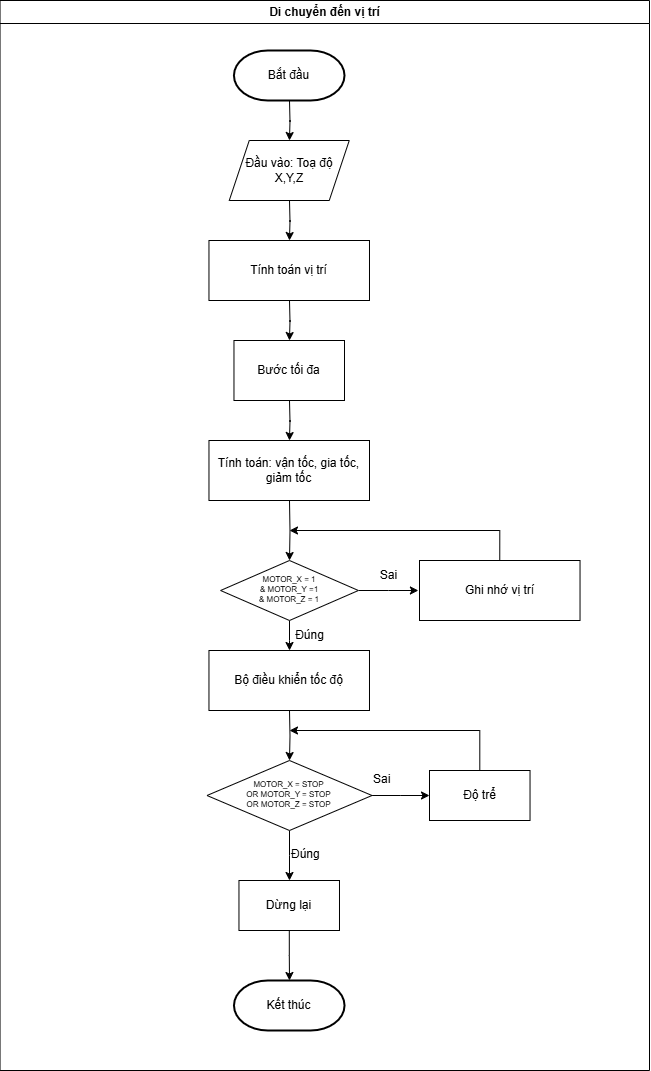
Earlier version of the draw.io export FLOWCHART-VIE/FLOWCHART-CONTROLL-MOTOR.png (Quynguyen34/CNC-Drill-Graduation-Project). Source tidied: cells renumbered, new cells last; positions are measured from the earlier drawing's top-left corner, leaving out a move shared by most shapes.
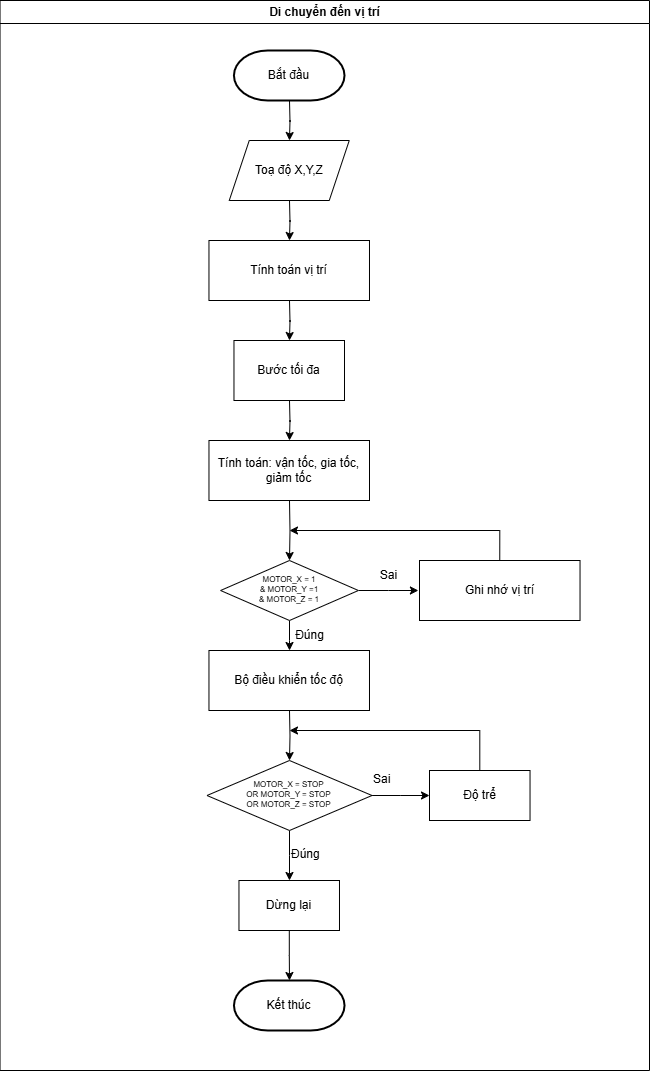
After the change.

Diff of the diagram source:
```diff
@@ -120,7 +120,7 @@
     <mxCell id="29" value="Đúng" style="text;html=1;align=center;verticalAlign=middle;strokeColor=none;fillColor=none;" parent="18" vertex="1">
       <mxGeometry x="284.5" y="620" width="50" height="30" as="geometry" />
     </mxCell>
-    <mxCell id="30" value="Đầu vào: Toạ độ X,Y,Z" style="shape=parallelogram;perimeter=parallelogramPerimeter;whiteSpace=wrap;html=1;fixedSize=1;" parent="18" vertex="1">
+    <mxCell id="30" value="Toạ độ X,Y,Z" style="shape=parallelogram;perimeter=parallelogramPerimeter;whiteSpace=wrap;html=1;fixedSize=1;" parent="18" vertex="1">
       <mxGeometry x="229.2" y="140" width="120" height="60" as="geometry" />
     </mxCell>
     <mxCell id="31" style="edgeStyle=orthogonalEdgeStyle;rounded=0;jettySize=auto;html=1;" parent="1" edge="1" source="27">
```
